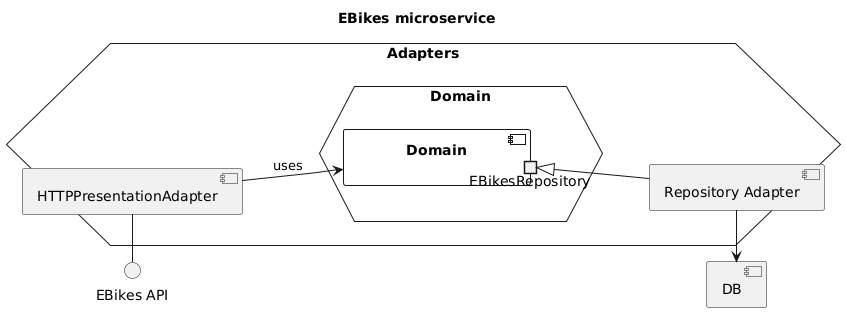
This is doc/diagrams/ebikes-components.png from Ventus218/SAP-assignment-02, a PlantUML export, as it was before one commit.
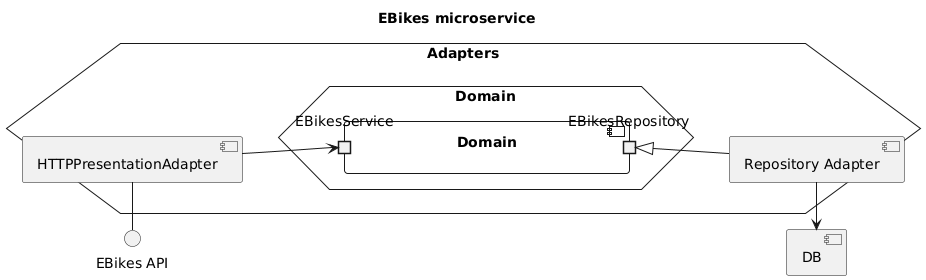
After the change.

The edit, as a diff of the source:
```diff
@@ -11,7 +11,7 @@
     hexagon Domain as DomainHex {
         component Domain {
             portout "EBikesRepository" as Repo
-
+            portin EBikesService
         }
     }
 
@@ -20,7 +20,7 @@
     RepoAdapter -l-> DB
 
     component "HTTPPresentationAdapter" as HTTPAdapter
-    HTTPAdapter -d-> Domain : uses
+    HTTPAdapter -d-> EBikesService
     HTTPAdapter -l-() EBikesAPI
 }
 
```
